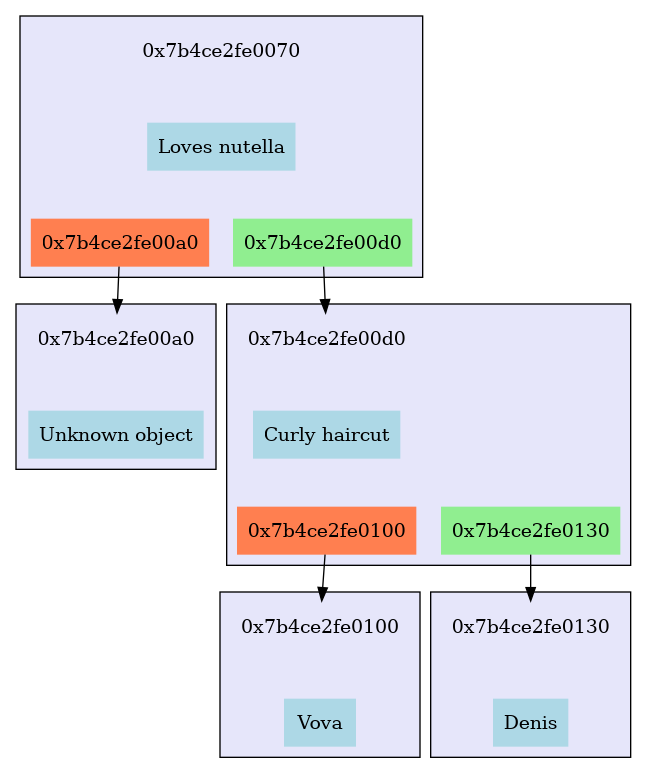
MasterVAE/MIPT_Akinator keeps this Graphviz diagram as files/tree.png. Above is the earlier version. Its source is kept beside it as files/tree.dot.
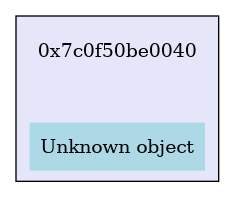
Above is the later version.

The edit, as a diff of the source:
```diff
@@ -1,80 +1,16 @@
 digraph G {	 node [shape=plaintext, style="filled"];
 	 rankdir=TB;
-subgraph cluster_0x7b4ce2fe0070
+subgraph cluster_0x7c0f50be0040
 {
 	style=filled;
 	rank=0;
 	fillcolor=lavender;
-	"0x7b4ce2fe0070_address"[label="0x7b4ce2fe0070",fillcolor="lavender"];
-	"0x7b4ce2fe0070_value"[label="Loves nutella",fillcolor="lightblue"];
-	subgraph "0x7b4ce2fe0070_bottom"
-	{
-		 style=invis;
-		"0x7b4ce2fe0070_left"[label="0x7b4ce2fe00a0",fillcolor="coral"];
-		"0x7b4ce2fe0070_right"[label="0x7b4ce2fe00d0",fillcolor="lightgreen"];
-	}
-	"0x7b4ce2fe0070_address"->"0x7b4ce2fe0070_value"[style=invis,weight=10];
-	"0x7b4ce2fe0070_value"->"0x7b4ce2fe0070_left"[style=invis,weight=10];
-	"0x7b4ce2fe0070_value"->"0x7b4ce2fe0070_right"[style=invis,weight=10];
-}
-"0x7b4ce2fe0070_left" -> "0x7b4ce2fe00a0_address";
-subgraph cluster_0x7b4ce2fe00a0
-{
-	style=filled;
-	rank=1;
-	fillcolor=lavender;
-	"0x7b4ce2fe00a0_address"[label="0x7b4ce2fe00a0",fillcolor="lavender"];
-	"0x7b4ce2fe00a0_value"[label="Unknown object",fillcolor="lightblue"];
-	subgraph "0x7b4ce2fe00a0_bottom"
+	"0x7c0f50be0040_address"[label="0x7c0f50be0040",fillcolor="lavender"];
+	"0x7c0f50be0040_value"[label="Unknown object",fillcolor="lightblue"];
+	subgraph "0x7c0f50be0040_bottom"
 	{
 		 style=invis;
 	}
-	"0x7b4ce2fe00a0_address"->"0x7b4ce2fe00a0_value"[style=invis,weight=10];
-}
-"0x7b4ce2fe0070_right" -> "0x7b4ce2fe00d0_address";
-subgraph cluster_0x7b4ce2fe00d0
-{
-	style=filled;
-	rank=1;
-	fillcolor=lavender;
-	"0x7b4ce2fe00d0_address"[label="0x7b4ce2fe00d0",fillcolor="lavender"];
-	"0x7b4ce2fe00d0_value"[label="Curly haircut",fillcolor="lightblue"];
-	subgraph "0x7b4ce2fe00d0_bottom"
-	{
-		 style=invis;
-		"0x7b4ce2fe00d0_left"[label="0x7b4ce2fe0100",fillcolor="coral"];
-		"0x7b4ce2fe00d0_right"[label="0x7b4ce2fe0130",fillcolor="lightgreen"];
-	}
-	"0x7b4ce2fe00d0_address"->"0x7b4ce2fe00d0_value"[style=invis,weight=10];
-	"0x7b4ce2fe00d0_value"->"0x7b4ce2fe00d0_left"[style=invis,weight=10];
-	"0x7b4ce2fe00d0_value"->"0x7b4ce2fe00d0_right"[style=invis,weight=10];
-}
-"0x7b4ce2fe00d0_left" -> "0x7b4ce2fe0100_address";
-subgraph cluster_0x7b4ce2fe0100
-{
-	style=filled;
-	rank=2;
-	fillcolor=lavender;
-	"0x7b4ce2fe0100_address"[label="0x7b4ce2fe0100",fillcolor="lavender"];
-	"0x7b4ce2fe0100_value"[label="Vova",fillcolor="lightblue"];
-	subgraph "0x7b4ce2fe0100_bottom"
-	{
-		 style=invis;
-	}
-	"0x7b4ce2fe0100_address"->"0x7b4ce2fe0100_value"[style=invis,weight=10];
-}
-"0x7b4ce2fe00d0_right" -> "0x7b4ce2fe0130_address";
-subgraph cluster_0x7b4ce2fe0130
-{
-	style=filled;
-	rank=2;
-	fillcolor=lavender;
-	"0x7b4ce2fe0130_address"[label="0x7b4ce2fe0130",fillcolor="lavender"];
-	"0x7b4ce2fe0130_value"[label="Denis",fillcolor="lightblue"];
-	subgraph "0x7b4ce2fe0130_bottom"
-	{
-		 style=invis;
-	}
-	"0x7b4ce2fe0130_address"->"0x7b4ce2fe0130_value"[style=invis,weight=10];
+	"0x7c0f50be0040_address"->"0x7c0f50be0040_value"[style=invis,weight=10];
 }
 }
```
